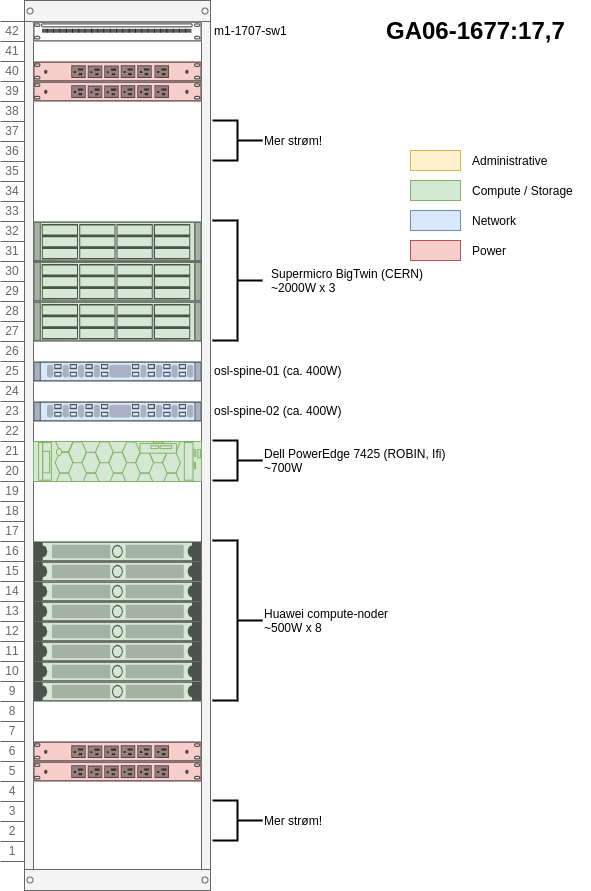
Earlier version of the draw.io export docs/team/development/images/osl-rack-4.png (norcams/iaas). Source tidied: cells renumbered, new cells last; positions are measured from the earlier drawing's top-left corner, leaving out a move shared by most shapes. The source it was exported from:
```xml
<mxGraphModel>
  <root>
    <mxCell id="0" />
    <mxCell id="1" parent="0" />
    <mxCell id="2" style="strokeColor=#666666;html=1;verticalLabelPosition=bottom;labelBackgroundColor=#ffffff;verticalAlign=top;shadow=0;dashed=0;shape=mxgraph.rackGeneral.container;fillColor2=#f4f4f4;allowGaps=1;textColor=#666666;numDisp=ascend;" parent="1" vertex="1">
      <mxGeometry width="210" height="890" as="geometry" />
    </mxCell>
    <mxCell id="3" style="strokeColor=#666666;html=1;labelPosition=right;align=left;spacingLeft=15;shadow=0;dashed=0;shape=mxgraph.rack.general.cat5e_rack_mount_patch_panel_24_ports;" parent="2" vertex="1">
      <mxGeometry x="33" y="21" width="168" height="20" as="geometry" />
    </mxCell>
    <mxCell id="4" style="strokeColor=#b85450;html=1;labelPosition=right;align=left;spacingLeft=15;shadow=0;dashed=0;shape=mxgraph.rack.dell.power_strip;labelBackgroundColor=#DDFF00;fillColor=#f8cecc;" parent="2" vertex="1">
      <mxGeometry x="33" y="61" width="168" height="20" as="geometry" />
    </mxCell>
    <mxCell id="5" style="shape=mxgraph.rack.cisco.cisco_physical_security_multiservice_platform_2u;html=1;labelPosition=right;align=left;spacingLeft=15;dashed=0;shadow=0;fillColor=#d5e8d4;strokeColor=#82b366;" parent="2" vertex="1">
      <mxGeometry x="33" y="221" width="168" height="40" as="geometry" />
    </mxCell>
    <mxCell id="6" style="shape=mxgraph.rack.cisco.cisco_physical_security_multiservice_platform_2u;html=1;labelPosition=right;align=left;spacingLeft=15;dashed=0;shadow=0;fillColor=#d5e8d4;strokeColor=#82b366;" parent="2" vertex="1">
      <mxGeometry x="33" y="261" width="168" height="40" as="geometry" />
    </mxCell>
    <mxCell id="7" style="shape=mxgraph.rack.cisco.cisco_nexus_3016_switch;html=1;labelPosition=right;align=left;spacingLeft=15;dashed=0;shadow=0;fillColor=#dae8fc;strokeColor=#6c8ebf;" parent="2" vertex="1">
      <mxGeometry x="33" y="361" width="168" height="20" as="geometry" />
    </mxCell>
    <mxCell id="8" style="shape=mxgraph.rack.cisco.cisco_nexus_3016_switch;html=1;labelPosition=right;align=left;spacingLeft=15;dashed=0;shadow=0;fillColor=#dae8fc;strokeColor=#6c8ebf;" parent="2" vertex="1">
      <mxGeometry x="33" y="401" width="168" height="20" as="geometry" />
    </mxCell>
    <mxCell id="9" style="strokeColor=#82b366;html=1;labelPosition=right;align=left;spacingLeft=15;shadow=0;dashed=0;shape=mxgraph.rack.dell.poweredge_r7425;fillColor=#d5e8d4;" parent="2" vertex="1">
      <mxGeometry x="33" y="441" width="168" height="40" as="geometry" />
    </mxCell>
    <mxCell id="10" style="strokeColor=#82b366;html=1;labelPosition=right;align=left;spacingLeft=15;shadow=0;dashed=0;shape=mxgraph.rack.general.1u_rack_server;fillColor=#d5e8d4;" parent="2" vertex="1">
      <mxGeometry x="33" y="541" width="168" height="20" as="geometry" />
    </mxCell>
    <mxCell id="11" style="strokeColor=#82b366;html=1;labelPosition=right;align=left;spacingLeft=15;shadow=0;dashed=0;shape=mxgraph.rack.general.1u_rack_server;fillColor=#d5e8d4;" parent="2" vertex="1">
      <mxGeometry x="33" y="561" width="168" height="20" as="geometry" />
    </mxCell>
    <mxCell id="12" style="strokeColor=#82b366;html=1;labelPosition=right;align=left;spacingLeft=15;shadow=0;dashed=0;shape=mxgraph.rack.general.1u_rack_server;fillColor=#d5e8d4;" parent="2" vertex="1">
      <mxGeometry x="33" y="581" width="168" height="20" as="geometry" />
    </mxCell>
    <mxCell id="13" style="strokeColor=#82b366;html=1;labelPosition=right;align=left;spacingLeft=15;shadow=0;dashed=0;shape=mxgraph.rack.general.1u_rack_server;fillColor=#d5e8d4;" parent="2" vertex="1">
      <mxGeometry x="33" y="601" width="168" height="20" as="geometry" />
    </mxCell>
    <mxCell id="14" style="strokeColor=#82b366;html=1;labelPosition=right;align=left;spacingLeft=15;shadow=0;dashed=0;shape=mxgraph.rack.general.1u_rack_server;fillColor=#d5e8d4;" parent="2" vertex="1">
      <mxGeometry x="33" y="621" width="168" height="20" as="geometry" />
    </mxCell>
    <mxCell id="15" style="strokeColor=#82b366;html=1;labelPosition=right;align=left;spacingLeft=15;shadow=0;dashed=0;shape=mxgraph.rack.general.1u_rack_server;fillColor=#d5e8d4;" parent="2" vertex="1">
      <mxGeometry x="33" y="641" width="168" height="20" as="geometry" />
    </mxCell>
    <mxCell id="16" style="strokeColor=#82b366;html=1;labelPosition=right;align=left;spacingLeft=15;shadow=0;dashed=0;shape=mxgraph.rack.general.1u_rack_server;fillColor=#d5e8d4;" parent="2" vertex="1">
      <mxGeometry x="33" y="661" width="168" height="20" as="geometry" />
    </mxCell>
    <mxCell id="17" style="strokeColor=#82b366;html=1;labelPosition=right;align=left;spacingLeft=15;shadow=0;dashed=0;shape=mxgraph.rack.general.1u_rack_server;fillColor=#d5e8d4;" parent="2" vertex="1">
      <mxGeometry x="33" y="681" width="168" height="20" as="geometry" />
    </mxCell>
    <mxCell id="18" style="strokeColor=#b85450;html=1;labelPosition=right;align=left;spacingLeft=15;shadow=0;dashed=0;shape=mxgraph.rack.dell.power_strip;labelBackgroundColor=#DDFF00;fillColor=#f8cecc;" parent="2" vertex="1">
      <mxGeometry x="33" y="741" width="168" height="20" as="geometry" />
    </mxCell>
    <mxCell id="19" style="strokeColor=#b85450;html=1;labelPosition=right;align=left;spacingLeft=15;shadow=0;dashed=0;shape=mxgraph.rack.dell.power_strip;labelBackgroundColor=#DDFF00;fillColor=#f8cecc;" parent="2" vertex="1">
      <mxGeometry x="33" y="81" width="168" height="20" as="geometry" />
    </mxCell>
    <mxCell id="20" style="shape=mxgraph.rack.cisco.cisco_physical_security_multiservice_platform_2u;html=1;labelPosition=right;align=left;spacingLeft=15;dashed=0;shadow=0;fillColor=#d5e8d4;strokeColor=#82b366;" parent="2" vertex="1">
      <mxGeometry x="33" y="301" width="168" height="40" as="geometry" />
    </mxCell>
    <mxCell id="21" style="strokeColor=#b85450;html=1;labelPosition=right;align=left;spacingLeft=15;shadow=0;dashed=0;shape=mxgraph.rack.dell.power_strip;labelBackgroundColor=#DDFF00;fillColor=#f8cecc;" parent="2" vertex="1">
      <mxGeometry x="33" y="761" width="168" height="20" as="geometry" />
    </mxCell>
    <mxCell id="22" style="rounded=0;whiteSpace=wrap;html=1;labelBackgroundColor=#DDFF00;align=left;fillColor=#fff2cc;strokeColor=#d6b656;" parent="1" vertex="1">
      <mxGeometry x="410" y="150" width="50" height="20" as="geometry" />
    </mxCell>
    <mxCell id="23" style="rounded=0;whiteSpace=wrap;html=1;labelBackgroundColor=#DDFF00;align=left;fillColor=#d5e8d4;strokeColor=#82b366;" parent="1" vertex="1">
      <mxGeometry x="410" y="180" width="50" height="20" as="geometry" />
    </mxCell>
    <mxCell id="24" style="rounded=0;whiteSpace=wrap;html=1;labelBackgroundColor=#DDFF00;align=left;fillColor=#dae8fc;strokeColor=#6c8ebf;" parent="1" vertex="1">
      <mxGeometry x="410" y="210" width="50" height="20" as="geometry" />
    </mxCell>
    <mxCell id="25" style="rounded=0;whiteSpace=wrap;html=1;labelBackgroundColor=#DDFF00;align=left;fillColor=#f8cecc;strokeColor=#b85450;" parent="1" vertex="1">
      <mxGeometry x="410" y="240" width="50" height="20" as="geometry" />
    </mxCell>
    <mxCell id="26" value="Administrative" style="text;html=1;align=left;verticalAlign=middle;" parent="1" vertex="1">
      <mxGeometry x="470" y="150" width="90" height="20" as="geometry" />
    </mxCell>
    <mxCell id="27" value="Compute / Storage" style="text;html=1;align=left;verticalAlign=middle;" parent="1" vertex="1">
      <mxGeometry x="470" y="180" width="120" height="20" as="geometry" />
    </mxCell>
    <mxCell id="28" value="Network" style="text;html=1;align=left;verticalAlign=middle;" parent="1" vertex="1">
      <mxGeometry x="470" y="210" width="60" height="20" as="geometry" />
    </mxCell>
    <mxCell id="29" value="Power" style="text;html=1;align=left;verticalAlign=middle;" parent="1" vertex="1">
      <mxGeometry x="470" y="240" width="50" height="20" as="geometry" />
    </mxCell>
    <mxCell id="30" value="osl-spine-01 (ca. 400W)" style="text;html=1;strokeColor=none;fillColor=none;align=left;verticalAlign=middle;whiteSpace=wrap;rounded=0;labelBackgroundColor=#ffffff;" parent="1" vertex="1">
      <mxGeometry x="212" y="360" width="148" height="20" as="geometry" />
    </mxCell>
    <mxCell id="31" style="strokeWidth=2;html=1;shape=mxgraph.flowchart.annotation_2;align=left;labelPosition=right;direction=west;" parent="1" vertex="1">
      <mxGeometry x="212" y="220" width="50" height="120" as="geometry" />
    </mxCell>
    <mxCell id="32" value="Supermicro BigTwin (CERN)&lt;br&gt;&lt;div style=&quot;text-align: left&quot;&gt;&lt;span&gt;~2000W x 3&lt;/span&gt;&lt;/div&gt;" style="text;html=1;align=center;verticalAlign=middle;" parent="1" vertex="1">
      <mxGeometry x="262" y="265" width="170" height="30" as="geometry" />
    </mxCell>
    <mxCell id="33" value="m1-1707-sw1" style="text;html=1;strokeColor=none;fillColor=none;align=left;verticalAlign=middle;whiteSpace=wrap;rounded=0;labelBackgroundColor=#ffffff;" parent="1" vertex="1">
      <mxGeometry x="212" y="20" width="100" height="20" as="geometry" />
    </mxCell>
    <mxCell id="34" style="strokeWidth=2;html=1;shape=mxgraph.flowchart.annotation_2;align=left;labelPosition=right;direction=west;" parent="1" vertex="1">
      <mxGeometry x="212" y="540" width="50" height="160" as="geometry" />
    </mxCell>
    <mxCell id="35" style="strokeWidth=2;html=1;shape=mxgraph.flowchart.annotation_2;align=left;labelPosition=right;direction=west;" parent="1" vertex="1">
      <mxGeometry x="212" y="440" width="50" height="40" as="geometry" />
    </mxCell>
    <mxCell id="36" value="Dell PowerEdge 7425 (ROBIN, Ifi)&lt;br&gt;~700W" style="text;html=1;align=left;verticalAlign=middle;" parent="1" vertex="1">
      <mxGeometry x="262" y="445" width="200" height="30" as="geometry" />
    </mxCell>
    <mxCell id="37" value="Huawei compute-noder&lt;br&gt;~500W x 8" style="text;html=1;align=left;verticalAlign=middle;" parent="1" vertex="1">
      <mxGeometry x="262" y="605" width="140" height="30" as="geometry" />
    </mxCell>
    <mxCell id="38" style="strokeWidth=2;html=1;shape=mxgraph.flowchart.annotation_2;align=left;labelPosition=right;direction=west;" parent="1" vertex="1">
      <mxGeometry x="212" y="120" width="50" height="40" as="geometry" />
    </mxCell>
    <mxCell id="39" value="Mer strøm!" style="text;html=1;align=left;verticalAlign=middle;" parent="1" vertex="1">
      <mxGeometry x="262" y="130" width="70" height="20" as="geometry" />
    </mxCell>
    <mxCell id="40" style="strokeWidth=2;html=1;shape=mxgraph.flowchart.annotation_2;align=left;labelPosition=right;direction=west;" parent="1" vertex="1">
      <mxGeometry x="212" y="800" width="50" height="40" as="geometry" />
    </mxCell>
    <mxCell id="41" value="Mer strøm!" style="text;html=1;align=left;verticalAlign=middle;" parent="1" vertex="1">
      <mxGeometry x="262" y="810" width="70" height="20" as="geometry" />
    </mxCell>
    <mxCell id="42" value="osl-spine-02 (ca. 400W)" style="text;html=1;strokeColor=none;fillColor=none;align=left;verticalAlign=middle;whiteSpace=wrap;rounded=0;labelBackgroundColor=#ffffff;" parent="1" vertex="1">
      <mxGeometry x="212" y="400" width="148" height="20" as="geometry" />
    </mxCell>
    <mxCell id="43" value="&lt;font style=&quot;font-size: 24px&quot;&gt;&lt;b&gt;GA06-1677:17,7&lt;/b&gt;&lt;/font&gt;" style="text;html=1;align=center;verticalAlign=middle;" parent="1" vertex="1">
      <mxGeometry x="380" y="20" width="190" height="20" as="geometry" />
    </mxCell>
  </root>
</mxGraphModel>
```
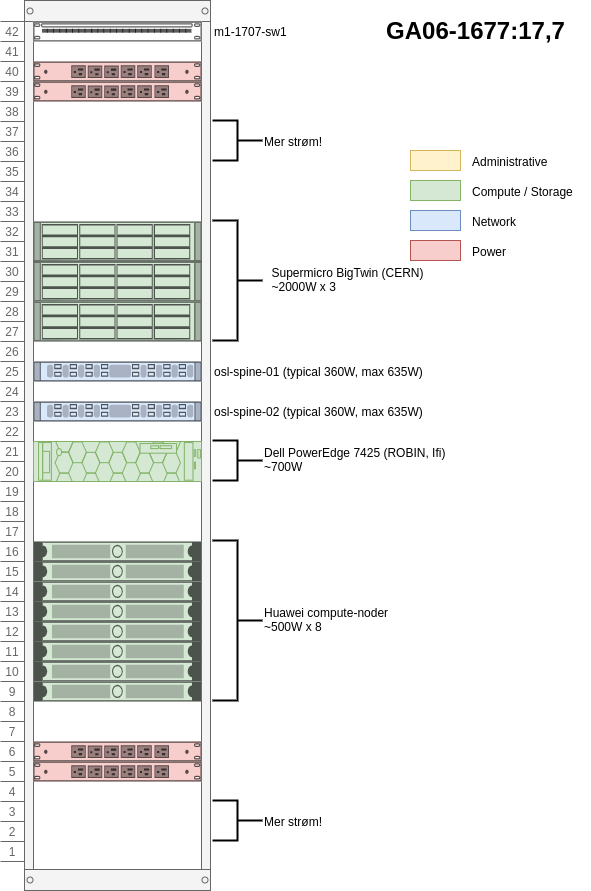
Later version of the same file.

Change to the diagram source:
```diff
@@ -86,8 +86,8 @@
     <mxCell id="29" value="Power" style="text;html=1;align=left;verticalAlign=middle;" parent="1" vertex="1">
       <mxGeometry x="470" y="240" width="50" height="20" as="geometry" />
     </mxCell>
-    <mxCell id="30" value="osl-spine-01 (ca. 400W)" style="text;html=1;strokeColor=none;fillColor=none;align=left;verticalAlign=middle;whiteSpace=wrap;rounded=0;labelBackgroundColor=#ffffff;" parent="1" vertex="1">
-      <mxGeometry x="212" y="360" width="148" height="20" as="geometry" />
+    <mxCell id="30" value="osl-spine-01 (typical 360W, max 635W)" style="text;html=1;strokeColor=none;fillColor=none;align=left;verticalAlign=middle;whiteSpace=wrap;rounded=0;labelBackgroundColor=#ffffff;" parent="1" vertex="1">
+      <mxGeometry x="212" y="360" width="258" height="20" as="geometry" />
     </mxCell>
     <mxCell id="31" style="strokeWidth=2;html=1;shape=mxgraph.flowchart.annotation_2;align=left;labelPosition=right;direction=west;" parent="1" vertex="1">
       <mxGeometry x="212" y="220" width="50" height="120" as="geometry" />
@@ -122,8 +122,8 @@
     <mxCell id="41" value="Mer strøm!" style="text;html=1;align=left;verticalAlign=middle;" parent="1" vertex="1">
       <mxGeometry x="262" y="810" width="70" height="20" as="geometry" />
     </mxCell>
-    <mxCell id="42" value="osl-spine-02 (ca. 400W)" style="text;html=1;strokeColor=none;fillColor=none;align=left;verticalAlign=middle;whiteSpace=wrap;rounded=0;labelBackgroundColor=#ffffff;" parent="1" vertex="1">
-      <mxGeometry x="212" y="400" width="148" height="20" as="geometry" />
+    <mxCell id="42" value="osl-spine-02 (typical 360W, max 635W)" style="text;html=1;strokeColor=none;fillColor=none;align=left;verticalAlign=middle;whiteSpace=wrap;rounded=0;labelBackgroundColor=#ffffff;" parent="1" vertex="1">
+      <mxGeometry x="212" y="400" width="238" height="20" as="geometry" />
     </mxCell>
     <mxCell id="43" value="&lt;font style=&quot;font-size: 24px&quot;&gt;&lt;b&gt;GA06-1677:17,7&lt;/b&gt;&lt;/font&gt;" style="text;html=1;align=center;verticalAlign=middle;" parent="1" vertex="1">
       <mxGeometry x="380" y="20" width="190" height="20" as="geometry" />
```
